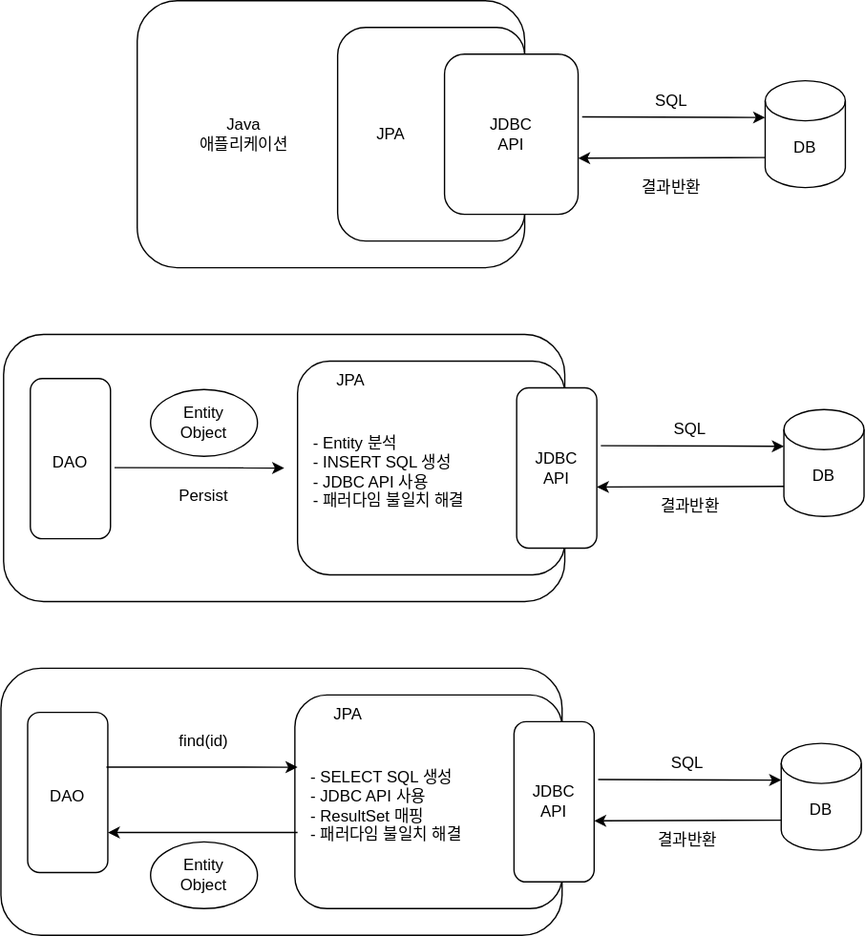
Earlier version of the draw.io export theory/document/introduce/introduce.svg (roy-zz/jpa). Source tidied: cells renumbered, new cells last; positions are measured from the earlier drawing's top-left corner, leaving out a move shared by most shapes. Its diagram source:
```xml
<mxGraphModel>
  <root>
    <mxCell id="0" />
    <mxCell id="1" parent="0" />
    <mxCell id="2" style="rounded=1;whiteSpace=wrap;html=1;" parent="1" vertex="1">
      <mxGeometry x="2" y="250" width="420" height="200" as="geometry" />
    </mxCell>
    <mxCell id="3" style="rounded=1;whiteSpace=wrap;html=1;" parent="1" vertex="1">
      <mxGeometry x="22" y="283" width="60" height="120" as="geometry" />
    </mxCell>
    <mxCell id="4" style="rounded=1;whiteSpace=wrap;html=1;" parent="1" vertex="1">
      <mxGeometry x="102" width="290" height="200" as="geometry" />
    </mxCell>
    <mxCell id="5" style="rounded=1;whiteSpace=wrap;html=1;" parent="1" vertex="1">
      <mxGeometry x="252" y="20" width="140" height="160" as="geometry" />
    </mxCell>
    <mxCell id="6" style="rounded=1;whiteSpace=wrap;html=1;" parent="1" vertex="1">
      <mxGeometry x="332" y="40" width="100" height="120" as="geometry" />
    </mxCell>
    <mxCell id="7" style="shape=cylinder3;whiteSpace=wrap;html=1;boundedLbl=1;backgroundOutline=1;size=15;" parent="1" vertex="1">
      <mxGeometry x="572" y="60" width="60" height="80" as="geometry" />
    </mxCell>
    <mxCell id="8" value="Java&lt;br&gt;애플리케이션" style="text;html=1;strokeColor=none;fillColor=none;align=center;verticalAlign=middle;whiteSpace=wrap;rounded=0;" parent="1" vertex="1">
      <mxGeometry x="132" y="85" width="100" height="30" as="geometry" />
    </mxCell>
    <mxCell id="9" value="JPA" style="text;html=1;strokeColor=none;fillColor=none;align=center;verticalAlign=middle;whiteSpace=wrap;rounded=0;" parent="1" vertex="1">
      <mxGeometry x="262" y="85" width="60" height="30" as="geometry" />
    </mxCell>
    <mxCell id="10" value="JDBC&lt;br&gt;API" style="text;html=1;strokeColor=none;fillColor=none;align=center;verticalAlign=middle;whiteSpace=wrap;rounded=0;" parent="1" vertex="1">
      <mxGeometry x="352" y="85" width="60" height="30" as="geometry" />
    </mxCell>
    <mxCell id="11" value="DB" style="text;html=1;strokeColor=none;fillColor=none;align=center;verticalAlign=middle;whiteSpace=wrap;rounded=0;" parent="1" vertex="1">
      <mxGeometry x="572" y="95" width="60" height="30" as="geometry" />
    </mxCell>
    <mxCell id="12" style="endArrow=classic;html=1;rounded=0;entryX=0;entryY=0;entryDx=0;entryDy=27.5;entryPerimeter=0;exitX=1.03;exitY=0.392;exitDx=0;exitDy=0;exitPerimeter=0;" parent="1" edge="1" source="6" target="7">
      <mxGeometry relative="1" as="geometry" />
    </mxCell>
    <mxCell id="13" style="endArrow=classic;html=1;rounded=0;exitX=0;exitY=0.75;exitDx=0;exitDy=0;" parent="1" edge="1" source="11">
      <mxGeometry relative="1" as="geometry">
        <mxPoint x="432" y="118" as="targetPoint" />
      </mxGeometry>
    </mxCell>
    <mxCell id="14" value="SQL" style="text;html=1;strokeColor=none;fillColor=none;align=center;verticalAlign=middle;whiteSpace=wrap;rounded=0;" parent="1" vertex="1">
      <mxGeometry x="472" y="60" width="60" height="30" as="geometry" />
    </mxCell>
    <mxCell id="15" value="결과반환" style="text;html=1;strokeColor=none;fillColor=none;align=center;verticalAlign=middle;whiteSpace=wrap;rounded=0;" parent="1" vertex="1">
      <mxGeometry x="472" y="125" width="60" height="30" as="geometry" />
    </mxCell>
    <mxCell id="16" value="DAO" style="text;html=1;strokeColor=none;fillColor=none;align=center;verticalAlign=middle;whiteSpace=wrap;rounded=0;" parent="1" vertex="1">
      <mxGeometry x="22" y="331.2" width="60" height="30" as="geometry" />
    </mxCell>
    <mxCell id="17" style="rounded=1;whiteSpace=wrap;html=1;" parent="1" vertex="1">
      <mxGeometry x="222" y="270" width="200" height="160" as="geometry" />
    </mxCell>
    <mxCell id="18" style="rounded=1;whiteSpace=wrap;html=1;" parent="1" vertex="1">
      <mxGeometry x="386" y="290" width="60" height="120" as="geometry" />
    </mxCell>
    <mxCell id="19" value="JPA" style="text;html=1;strokeColor=none;fillColor=none;align=center;verticalAlign=middle;whiteSpace=wrap;rounded=0;" parent="1" vertex="1">
      <mxGeometry x="232" y="270" width="60" height="30" as="geometry" />
    </mxCell>
    <mxCell id="20" value="JDBC&lt;br&gt;API" style="text;html=1;strokeColor=none;fillColor=none;align=center;verticalAlign=middle;whiteSpace=wrap;rounded=0;" parent="1" vertex="1">
      <mxGeometry x="386" y="335" width="60" height="30" as="geometry" />
    </mxCell>
    <mxCell id="21" style="shape=cylinder3;whiteSpace=wrap;html=1;boundedLbl=1;backgroundOutline=1;size=15;" parent="1" vertex="1">
      <mxGeometry x="586" y="306.2" width="60" height="80" as="geometry" />
    </mxCell>
    <mxCell id="22" value="DB" style="text;html=1;strokeColor=none;fillColor=none;align=center;verticalAlign=middle;whiteSpace=wrap;rounded=0;" parent="1" vertex="1">
      <mxGeometry x="586" y="341.2" width="60" height="30" as="geometry" />
    </mxCell>
    <mxCell id="23" style="endArrow=classic;html=1;rounded=0;entryX=0;entryY=0;entryDx=0;entryDy=27.5;entryPerimeter=0;exitX=1.03;exitY=0.392;exitDx=0;exitDy=0;exitPerimeter=0;" parent="1" edge="1" target="21">
      <mxGeometry relative="1" as="geometry">
        <mxPoint x="449" y="333.3" as="sourcePoint" />
      </mxGeometry>
    </mxCell>
    <mxCell id="24" style="endArrow=classic;html=1;rounded=0;exitX=0;exitY=0.75;exitDx=0;exitDy=0;" parent="1" edge="1" source="22">
      <mxGeometry relative="1" as="geometry">
        <mxPoint x="446" y="364.2" as="targetPoint" />
      </mxGeometry>
    </mxCell>
    <mxCell id="25" value="SQL" style="text;html=1;strokeColor=none;fillColor=none;align=center;verticalAlign=middle;whiteSpace=wrap;rounded=0;" parent="1" vertex="1">
      <mxGeometry x="486" y="306.2" width="60" height="30" as="geometry" />
    </mxCell>
    <mxCell id="26" value="결과반환" style="text;html=1;strokeColor=none;fillColor=none;align=center;verticalAlign=middle;whiteSpace=wrap;rounded=0;" parent="1" vertex="1">
      <mxGeometry x="486" y="363.8" width="60" height="30" as="geometry" />
    </mxCell>
    <mxCell id="27" style="endArrow=classic;html=1;rounded=0;exitX=1.05;exitY=0.556;exitDx=0;exitDy=0;exitPerimeter=0;" parent="1" edge="1" source="3">
      <mxGeometry relative="1" as="geometry">
        <mxPoint x="212" y="350" as="targetPoint" />
      </mxGeometry>
    </mxCell>
    <mxCell id="28" value="Persist" style="text;html=1;strokeColor=none;fillColor=none;align=center;verticalAlign=middle;whiteSpace=wrap;rounded=0;" parent="1" vertex="1">
      <mxGeometry x="122" y="356.2" width="60" height="30" as="geometry" />
    </mxCell>
    <mxCell id="29" style="ellipse;whiteSpace=wrap;html=1;" parent="1" vertex="1">
      <mxGeometry x="112" y="291.2" width="80" height="50" as="geometry" />
    </mxCell>
    <mxCell id="30" value="Entity&lt;br&gt;Object" style="text;html=1;strokeColor=none;fillColor=none;align=center;verticalAlign=middle;whiteSpace=wrap;rounded=0;" parent="1" vertex="1">
      <mxGeometry x="122" y="301.2" width="60" height="30" as="geometry" />
    </mxCell>
    <mxCell id="31" value="- Entity 분석&lt;br&gt;- INSERT SQL 생성&lt;br&gt;- JDBC API 사용&lt;br&gt;- 패러다임 불일치 해결" style="text;html=1;strokeColor=none;fillColor=none;align=left;verticalAlign=middle;whiteSpace=wrap;rounded=0;" parent="1" vertex="1">
      <mxGeometry x="232" y="305" width="140" height="95" as="geometry" />
    </mxCell>
    <mxCell id="32" style="rounded=1;whiteSpace=wrap;html=1;" parent="1" vertex="1">
      <mxGeometry y="500" width="420" height="200" as="geometry" />
    </mxCell>
    <mxCell id="33" style="rounded=1;whiteSpace=wrap;html=1;" parent="1" vertex="1">
      <mxGeometry x="20" y="533" width="60" height="120" as="geometry" />
    </mxCell>
    <mxCell id="34" value="DAO" style="text;html=1;strokeColor=none;fillColor=none;align=center;verticalAlign=middle;whiteSpace=wrap;rounded=0;" parent="1" vertex="1">
      <mxGeometry x="20" y="581.2" width="60" height="30" as="geometry" />
    </mxCell>
    <mxCell id="35" style="rounded=1;whiteSpace=wrap;html=1;" parent="1" vertex="1">
      <mxGeometry x="220" y="520" width="200" height="160" as="geometry" />
    </mxCell>
    <mxCell id="36" style="rounded=1;whiteSpace=wrap;html=1;" parent="1" vertex="1">
      <mxGeometry x="384" y="540" width="60" height="120" as="geometry" />
    </mxCell>
    <mxCell id="37" value="JPA" style="text;html=1;strokeColor=none;fillColor=none;align=center;verticalAlign=middle;whiteSpace=wrap;rounded=0;" parent="1" vertex="1">
      <mxGeometry x="230" y="520" width="60" height="30" as="geometry" />
    </mxCell>
    <mxCell id="38" value="JDBC&lt;br&gt;API" style="text;html=1;strokeColor=none;fillColor=none;align=center;verticalAlign=middle;whiteSpace=wrap;rounded=0;" parent="1" vertex="1">
      <mxGeometry x="384" y="585" width="60" height="30" as="geometry" />
    </mxCell>
    <mxCell id="39" style="shape=cylinder3;whiteSpace=wrap;html=1;boundedLbl=1;backgroundOutline=1;size=15;" parent="1" vertex="1">
      <mxGeometry x="584" y="556.2" width="60" height="80" as="geometry" />
    </mxCell>
    <mxCell id="40" value="DB" style="text;html=1;strokeColor=none;fillColor=none;align=center;verticalAlign=middle;whiteSpace=wrap;rounded=0;" parent="1" vertex="1">
      <mxGeometry x="584" y="591.2" width="60" height="30" as="geometry" />
    </mxCell>
    <mxCell id="41" style="endArrow=classic;html=1;rounded=0;entryX=0;entryY=0;entryDx=0;entryDy=27.5;entryPerimeter=0;exitX=1.03;exitY=0.392;exitDx=0;exitDy=0;exitPerimeter=0;" parent="1" edge="1" target="39">
      <mxGeometry relative="1" as="geometry">
        <mxPoint x="447" y="583.3" as="sourcePoint" />
      </mxGeometry>
    </mxCell>
    <mxCell id="42" style="endArrow=classic;html=1;rounded=0;exitX=0;exitY=0.75;exitDx=0;exitDy=0;" parent="1" edge="1" source="40">
      <mxGeometry relative="1" as="geometry">
        <mxPoint x="444" y="614.2" as="targetPoint" />
      </mxGeometry>
    </mxCell>
    <mxCell id="43" value="SQL" style="text;html=1;strokeColor=none;fillColor=none;align=center;verticalAlign=middle;whiteSpace=wrap;rounded=0;" parent="1" vertex="1">
      <mxGeometry x="484" y="556.2" width="60" height="30" as="geometry" />
    </mxCell>
    <mxCell id="44" value="결과반환" style="text;html=1;strokeColor=none;fillColor=none;align=center;verticalAlign=middle;whiteSpace=wrap;rounded=0;" parent="1" vertex="1">
      <mxGeometry x="484" y="613.8" width="60" height="30" as="geometry" />
    </mxCell>
    <mxCell id="45" style="endArrow=classic;html=1;rounded=0;entryX=1;entryY=0.75;entryDx=0;entryDy=0;" parent="1" edge="1" target="33">
      <mxGeometry relative="1" as="geometry">
        <mxPoint x="222" y="623" as="sourcePoint" />
      </mxGeometry>
    </mxCell>
    <mxCell id="46" value="find(id)" style="text;html=1;strokeColor=none;fillColor=none;align=center;verticalAlign=middle;whiteSpace=wrap;rounded=0;" parent="1" vertex="1">
      <mxGeometry x="122" y="540" width="60" height="30" as="geometry" />
    </mxCell>
    <mxCell id="47" style="ellipse;whiteSpace=wrap;html=1;" parent="1" vertex="1">
      <mxGeometry x="112" y="630" width="80" height="50" as="geometry" />
    </mxCell>
    <mxCell id="48" value="Entity&lt;br&gt;Object" style="text;html=1;strokeColor=none;fillColor=none;align=center;verticalAlign=middle;whiteSpace=wrap;rounded=0;" parent="1" vertex="1">
      <mxGeometry x="122" y="640" width="60" height="30" as="geometry" />
    </mxCell>
    <mxCell id="49" value="- SELECT SQL 생성&lt;br&gt;- JDBC API 사용&lt;br&gt;- ResultSet 매핑&lt;br&gt;- 패러다임 불일치 해결" style="text;html=1;strokeColor=none;fillColor=none;align=left;verticalAlign=middle;whiteSpace=wrap;rounded=0;" parent="1" vertex="1">
      <mxGeometry x="230" y="555" width="140" height="95" as="geometry" />
    </mxCell>
    <mxCell id="50" style="endArrow=classic;html=1;rounded=0;entryX=0.01;entryY=0.338;entryDx=0;entryDy=0;exitX=0.983;exitY=0.342;exitDx=0;exitDy=0;exitPerimeter=0;entryPerimeter=0;" parent="1" edge="1" source="33" target="35">
      <mxGeometry relative="1" as="geometry" />
    </mxCell>
  </root>
</mxGraphModel>
```
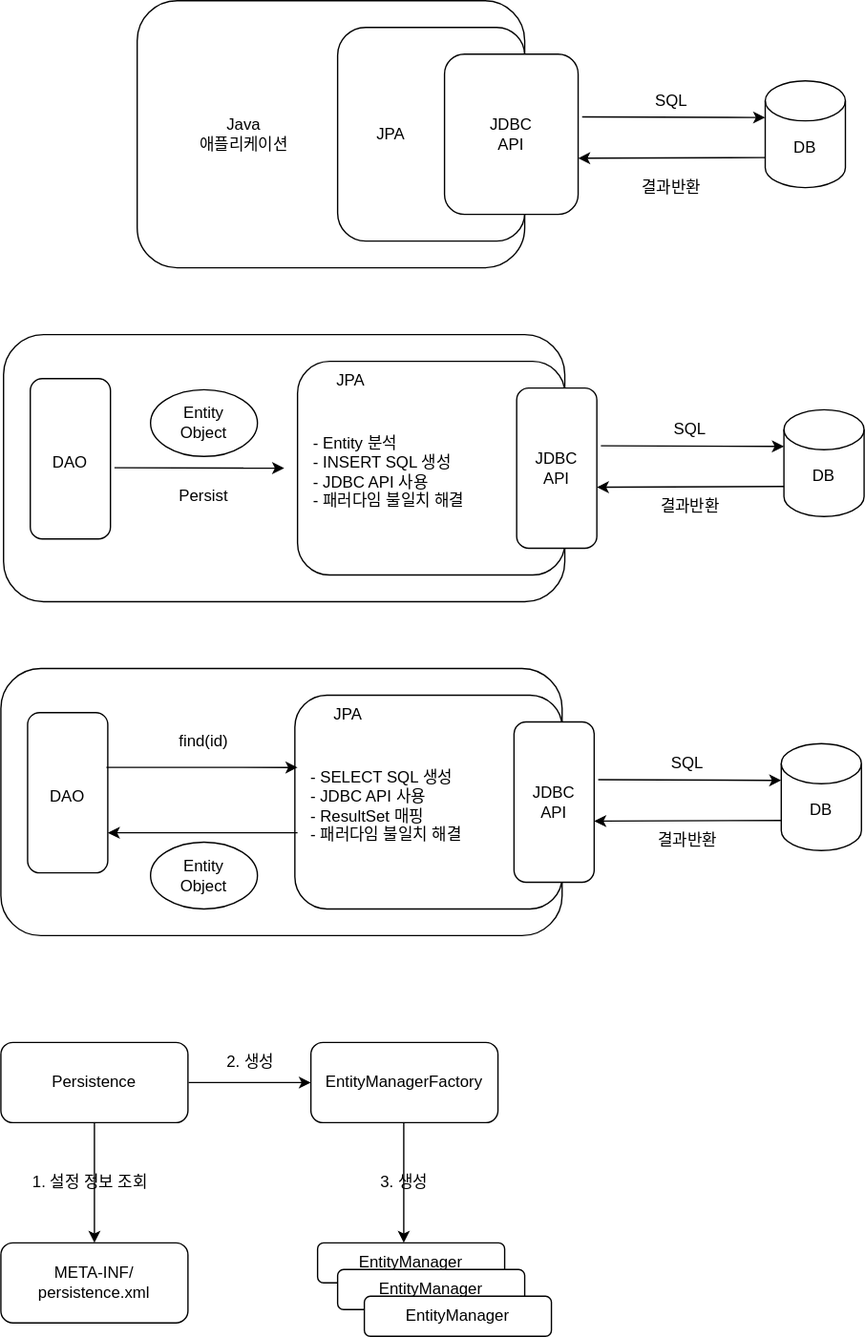
The same file after the commit.

Commit message:
modify introduce document

The edit, as a diff of the source:
```diff
@@ -163,5 +163,67 @@
     <mxCell id="50" style="endArrow=classic;html=1;rounded=0;entryX=0.01;entryY=0.338;entryDx=0;entryDy=0;exitX=0.983;exitY=0.342;exitDx=0;exitDy=0;exitPerimeter=0;entryPerimeter=0;" parent="1" edge="1" source="33" target="35">
       <mxGeometry relative="1" as="geometry" />
     </mxCell>
+    <mxCell id="51" style="rounded=1;whiteSpace=wrap;html=1;" parent="1" vertex="1">
+      <mxGeometry y="780" width="140" height="60" as="geometry" />
+    </mxCell>
+    <mxCell id="52" value="Persistence" style="text;html=1;strokeColor=none;fillColor=none;align=center;verticalAlign=middle;whiteSpace=wrap;rounded=0;" parent="1" vertex="1">
+      <mxGeometry x="10" y="795" width="120" height="30" as="geometry" />
+    </mxCell>
+    <mxCell id="53" style="endArrow=classic;html=1;rounded=0;exitX=0.5;exitY=1;exitDx=0;exitDy=0;" parent="1" edge="1" source="51">
+      <mxGeometry relative="1" as="geometry">
+        <mxPoint x="70" y="930" as="targetPoint" />
+      </mxGeometry>
+    </mxCell>
+    <mxCell id="54" style="rounded=1;whiteSpace=wrap;html=1;" parent="1" vertex="1">
+      <mxGeometry y="930" width="140" height="60" as="geometry" />
+    </mxCell>
+    <mxCell id="55" value="META-INF/&lt;br&gt;persistence.xml" style="text;html=1;strokeColor=none;fillColor=none;align=center;verticalAlign=middle;whiteSpace=wrap;rounded=0;" parent="1" vertex="1">
+      <mxGeometry x="10" y="945" width="120" height="30" as="geometry" />
+    </mxCell>
+    <mxCell id="56" value="1. 설정 정보 조회" style="text;html=1;strokeColor=none;fillColor=none;align=center;verticalAlign=middle;whiteSpace=wrap;rounded=0;" parent="1" vertex="1">
+      <mxGeometry x="2" y="870" width="130" height="30" as="geometry" />
+    </mxCell>
+    <mxCell id="57" style="endArrow=classic;html=1;rounded=0;exitX=0.983;exitY=0.342;exitDx=0;exitDy=0;exitPerimeter=0;" parent="1" edge="1">
+      <mxGeometry relative="1" as="geometry">
+        <mxPoint x="140.5" y="810" as="sourcePoint" />
+        <mxPoint x="232" y="810" as="targetPoint" />
+      </mxGeometry>
+    </mxCell>
+    <mxCell id="58" value="2. 생성" style="text;html=1;strokeColor=none;fillColor=none;align=center;verticalAlign=middle;whiteSpace=wrap;rounded=0;" parent="1" vertex="1">
+      <mxGeometry x="142" y="780" width="90" height="30" as="geometry" />
+    </mxCell>
+    <mxCell id="59" style="rounded=1;whiteSpace=wrap;html=1;" parent="1" vertex="1">
+      <mxGeometry x="232" y="780" width="140" height="60" as="geometry" />
+    </mxCell>
+    <mxCell id="60" value="EntityManagerFactory" style="text;html=1;strokeColor=none;fillColor=none;align=center;verticalAlign=middle;whiteSpace=wrap;rounded=0;" parent="1" vertex="1">
+      <mxGeometry x="242" y="795" width="120" height="30" as="geometry" />
+    </mxCell>
+    <mxCell id="61" value="3. 생성" style="text;html=1;strokeColor=none;fillColor=none;align=center;verticalAlign=middle;whiteSpace=wrap;rounded=0;" parent="1" vertex="1">
+      <mxGeometry x="237" y="870" width="130" height="30" as="geometry" />
+    </mxCell>
+    <mxCell id="62" style="endArrow=classic;html=1;rounded=0;exitX=0.5;exitY=1;exitDx=0;exitDy=0;" parent="1" edge="1">
+      <mxGeometry relative="1" as="geometry">
+        <mxPoint x="301.5" y="840" as="sourcePoint" />
+        <mxPoint x="301.5" y="930" as="targetPoint" />
+      </mxGeometry>
+    </mxCell>
+    <mxCell id="63" style="rounded=1;whiteSpace=wrap;html=1;" parent="1" vertex="1">
+      <mxGeometry x="237" y="930" width="140" height="30" as="geometry" />
+    </mxCell>
+    <mxCell id="64" value="EntityManager" style="text;html=1;strokeColor=none;fillColor=none;align=center;verticalAlign=middle;whiteSpace=wrap;rounded=0;" parent="1" vertex="1">
+      <mxGeometry x="247" y="930" width="120" height="30" as="geometry" />
+    </mxCell>
+    <mxCell id="65" style="rounded=1;whiteSpace=wrap;html=1;" parent="1" vertex="1">
+      <mxGeometry x="252" y="950" width="140" height="30" as="geometry" />
+    </mxCell>
+    <mxCell id="66" value="EntityManager" style="text;html=1;strokeColor=none;fillColor=none;align=center;verticalAlign=middle;whiteSpace=wrap;rounded=0;" parent="1" vertex="1">
+      <mxGeometry x="262" y="950" width="120" height="30" as="geometry" />
+    </mxCell>
+    <mxCell id="67" style="rounded=1;whiteSpace=wrap;html=1;" parent="1" vertex="1">
+      <mxGeometry x="272" y="970" width="140" height="30" as="geometry" />
+    </mxCell>
+    <mxCell id="68" value="EntityManager" style="text;html=1;strokeColor=none;fillColor=none;align=center;verticalAlign=middle;whiteSpace=wrap;rounded=0;" parent="1" vertex="1">
+      <mxGeometry x="282" y="970" width="120" height="30" as="geometry" />
+    </mxCell>
   </root>
 </mxGraphModel>
```
